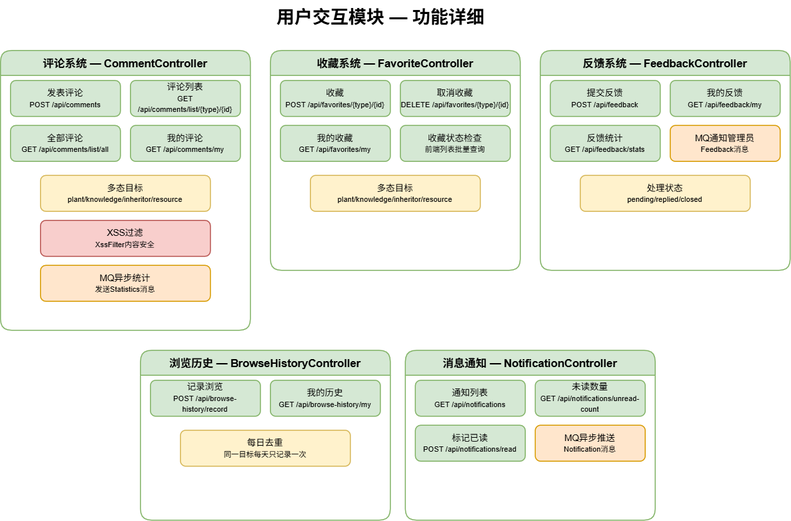
The draw.io diagram docs/diagrams-png/module-user-interaction.drawio.png in yhe3603-star/Graduation-Project, before a commit. Source tidied: cells renumbered, new cells last; positions are measured from the earlier drawing's top-left corner, leaving out a move shared by most shapes.
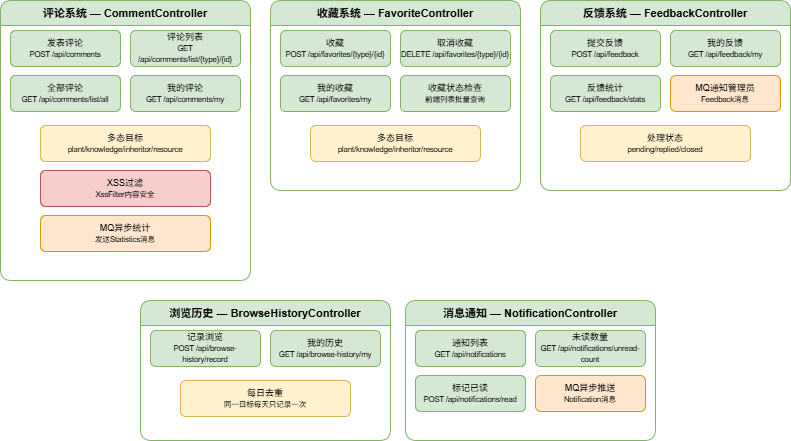
Above is the later version.

What changed in the source:
```diff
@@ -2,9 +2,6 @@
   <root>
     <mxCell id="0" />
     <mxCell id="1" parent="0" />
-    <mxCell id="2" value="用户交互模块 — 功能详细" style="text;html=1;fontSize=18;fontStyle=1;align=center;" parent="1" vertex="1">
-      <mxGeometry x="180" width="400" height="30" as="geometry" />
-    </mxCell>
     <mxCell id="3" value="评论系统 — CommentController" style="swimlane;startSize=25;fillColor=#d5e8d4;strokeColor=#82b366;fontSize=11;rounded=1;" parent="1" vertex="1">
       <mxGeometry y="50" width="250" height="280" as="geometry" />
     </mxCell>
@@ -30,7 +27,7 @@
       <mxGeometry x="40" y="215" width="170" height="36" as="geometry" />
     </mxCell>
     <mxCell id="11" value="收藏系统 — FavoriteController" style="swimlane;startSize=25;fillColor=#d5e8d4;strokeColor=#82b366;fontSize=11;rounded=1;" parent="1" vertex="1">
-      <mxGeometry x="270" y="50" width="250" height="220" as="geometry" />
+      <mxGeometry x="270" y="50" width="250" height="190" as="geometry" />
     </mxCell>
     <mxCell id="12" value="收藏&lt;br&gt;&lt;small&gt;POST /api/favorites/{type}/{id}&lt;/small&gt;" style="rounded=1;whiteSpace=wrap;html=1;fillColor=#d5e8d4;strokeColor=#82b366;fontSize=9;" parent="11" vertex="1">
       <mxGeometry x="10" y="30" width="110" height="36" as="geometry" />
@@ -48,7 +45,7 @@
       <mxGeometry x="40" y="125" width="170" height="36" as="geometry" />
     </mxCell>
     <mxCell id="17" value="反馈系统 — FeedbackController" style="swimlane;startSize=25;fillColor=#d5e8d4;strokeColor=#82b366;fontSize=11;rounded=1;" parent="1" vertex="1">
-      <mxGeometry x="540" y="50" width="250" height="220" as="geometry" />
+      <mxGeometry x="540" y="50" width="250" height="190" as="geometry" />
     </mxCell>
     <mxCell id="18" value="提交反馈&lt;br&gt;&lt;small&gt;POST /api/feedback&lt;/small&gt;" style="rounded=1;whiteSpace=wrap;html=1;fillColor=#d5e8d4;strokeColor=#82b366;fontSize=9;" parent="17" vertex="1">
       <mxGeometry x="10" y="30" width="110" height="36" as="geometry" />
@@ -66,7 +63,7 @@
       <mxGeometry x="40" y="125" width="170" height="36" as="geometry" />
     </mxCell>
     <mxCell id="23" value="浏览历史 — BrowseHistoryController" style="swimlane;startSize=25;fillColor=#d5e8d4;strokeColor=#82b366;fontSize=11;rounded=1;" parent="1" vertex="1">
-      <mxGeometry x="140" y="350" width="250" height="170" as="geometry" />
+      <mxGeometry x="140" y="350" width="250" height="140" as="geometry" />
     </mxCell>
     <mxCell id="24" value="记录浏览&lt;br&gt;&lt;small&gt;POST /api/browse-history/record&lt;/small&gt;" style="rounded=1;whiteSpace=wrap;html=1;fillColor=#d5e8d4;strokeColor=#82b366;fontSize=9;" parent="23" vertex="1">
       <mxGeometry x="10" y="30" width="110" height="36" as="geometry" />
@@ -78,7 +75,7 @@
       <mxGeometry x="40" y="80" width="170" height="36" as="geometry" />
     </mxCell>
     <mxCell id="27" value="消息通知 — NotificationController" style="swimlane;startSize=25;fillColor=#d5e8d4;strokeColor=#82b366;fontSize=11;rounded=1;" parent="1" vertex="1">
-      <mxGeometry x="405" y="350" width="250" height="170" as="geometry" />
+      <mxGeometry x="405" y="350" width="250" height="140" as="geometry" />
     </mxCell>
     <mxCell id="28" value="通知列表&lt;br&gt;&lt;small&gt;GET /api/notifications&lt;/small&gt;" style="rounded=1;whiteSpace=wrap;html=1;fillColor=#d5e8d4;strokeColor=#82b366;fontSize=9;" parent="27" vertex="1">
       <mxGeometry x="10" y="30" width="110" height="36" as="geometry" />
```
